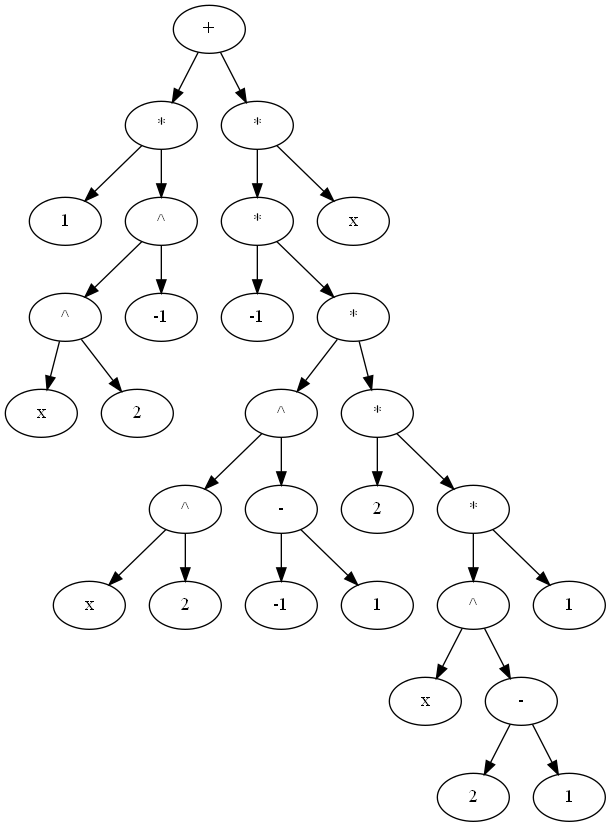
Earlier version of the Graphviz export differ/dif.png (matmuher/flip-flop). Its source is kept beside it as differ/dif.dot. The source it was exported from:
```dot
digraph G {
A00AC3310 [label = "+"];
A00AC3310 -> A00AC3338;
A00AC3310 -> A00AC04B0;
A00AC3338 [label = "*"];
A00AC3338 -> A00AC3360;
A00AC3338 -> A00AC3388;
A00AC3360 [label = "1"];
A00AC3388 [label = "^"];
A00AC3388 -> A00AC33B0;
A00AC3388 -> A00AC3428;
A00AC33B0 [label = "^"];
A00AC33B0 -> A00AC33D8;
A00AC33B0 -> A00AC3400;
A00AC33D8 [label = "x"];
A00AC3400 [label = "2"];
A00AC3428 [label = "-1"];
A00AC04B0 [label = "*"];
A00AC04B0 -> A00AC64C8;
A00AC04B0 -> A00AC6498;
A00AC64C8 [label = "*"];
A00AC64C8 -> A00AC6528;
A00AC64C8 -> A00AC64E0;
A00AC6528 [label = "-1"];
A00AC64E0 [label = "*"];
A00AC64E0 -> A00AC63C0;
A00AC64E0 -> A00AC64F8;
A00AC63C0 [label = "^"];
A00AC63C0 -> A00AC63D8;
A00AC63C0 -> A00AC6438;
A00AC63D8 [label = "^"];
A00AC63D8 -> A00AC6408;
A00AC63D8 -> A00AC6420;
A00AC6408 [label = "x"];
A00AC6420 [label = "2"];
A00AC6438 [label = "-"];
A00AC6438 -> A00AC6450;
A00AC6438 -> A00AC6468;
A00AC6450 [label = "-1"];
A00AC6468 [label = "1"];
A00AC64F8 [label = "*"];
A00AC64F8 -> A00AC6510;
A00AC64F8 -> A00AC6540;
A00AC6510 [label = "2"];
A00AC6540 [label = "*"];
A00AC6540 -> A00AC63F0;
A00AC6540 -> A00AC6480;
A00AC63F0 [label = "^"];
A00AC63F0 -> A00AC6558;
A00AC63F0 -> A00AC6570;
A00AC6558 [label = "x"];
A00AC6570 [label = "-"];
A00AC6570 -> A00AC64B0;
A00AC6570 -> A00AC63A8;
A00AC64B0 [label = "2"];
A00AC63A8 [label = "1"];
A00AC6480 [label = "1"];
A00AC6498 [label = "x"];
}
```
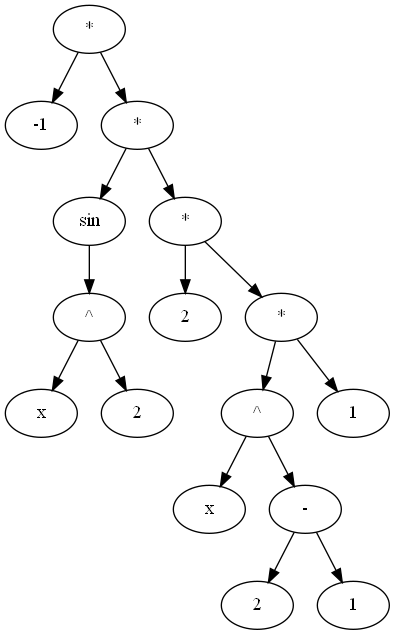
After the change.

What changed in the source:
```diff
@@ -1,59 +1,33 @@
 digraph G {
-A00AC3310 [label = "+"];
-A00AC3310 -> A00AC3338;
-A00AC3310 -> A00AC04B0;
-A00AC3338 [label = "*"];
-A00AC3338 -> A00AC3360;
-A00AC3338 -> A00AC3388;
-A00AC3360 [label = "1"];
-A00AC3388 [label = "^"];
-A00AC3388 -> A00AC33B0;
-A00AC3388 -> A00AC3428;
-A00AC33B0 [label = "^"];
-A00AC33B0 -> A00AC33D8;
-A00AC33B0 -> A00AC3400;
-A00AC33D8 [label = "x"];
-A00AC3400 [label = "2"];
-A00AC3428 [label = "-1"];
-A00AC04B0 [label = "*"];
-A00AC04B0 -> A00AC64C8;
-A00AC04B0 -> A00AC6498;
-A00AC64C8 [label = "*"];
-A00AC64C8 -> A00AC6528;
-A00AC64C8 -> A00AC64E0;
-A00AC6528 [label = "-1"];
-A00AC64E0 [label = "*"];
-A00AC64E0 -> A00AC63C0;
-A00AC64E0 -> A00AC64F8;
-A00AC63C0 [label = "^"];
-A00AC63C0 -> A00AC63D8;
-A00AC63C0 -> A00AC6438;
-A00AC63D8 [label = "^"];
-A00AC63D8 -> A00AC6408;
-A00AC63D8 -> A00AC6420;
-A00AC6408 [label = "x"];
-A00AC6420 [label = "2"];
-A00AC6438 [label = "-"];
-A00AC6438 -> A00AC6450;
-A00AC6438 -> A00AC6468;
-A00AC6450 [label = "-1"];
-A00AC6468 [label = "1"];
-A00AC64F8 [label = "*"];
-A00AC64F8 -> A00AC6510;
-A00AC64F8 -> A00AC6540;
-A00AC6510 [label = "2"];
-A00AC6540 [label = "*"];
-A00AC6540 -> A00AC63F0;
-A00AC6540 -> A00AC6480;
-A00AC63F0 [label = "^"];
-A00AC63F0 -> A00AC6558;
-A00AC63F0 -> A00AC6570;
-A00AC6558 [label = "x"];
-A00AC6570 [label = "-"];
-A00AC6570 -> A00AC64B0;
-A00AC6570 -> A00AC63A8;
-A00AC64B0 [label = "2"];
-A00AC63A8 [label = "1"];
-A00AC6480 [label = "1"];
-A00AC6498 [label = "x"];
+A00C03288 [label = "*"];
+A00C03288 -> A00C032B0;
+A00C03288 -> A00C032D8;
+A00C032B0 [label = "-1"];
+A00C032D8 [label = "*"];
+A00C032D8 -> A00C03300;
+A00C032D8 -> A00C033A0;
+A00C03300 [label = "sin"];
+A00C03300 -> A00C03328;
+A00C03328 [label = "^"];
+A00C03328 -> A00C03350;
+A00C03328 -> A00C03378;
+A00C03350 [label = "x"];
+A00C03378 [label = "2"];
+A00C033A0 [label = "*"];
+A00C033A0 -> A00C033C8;
+A00C033A0 -> A00C033F0;
+A00C033C8 [label = "2"];
+A00C033F0 [label = "*"];
+A00C033F0 -> A00C03440;
+A00C033F0 -> A00C03418;
+A00C03440 [label = "^"];
+A00C03440 -> A00C004C0;
+A00C03440 -> A00C06B20;
+A00C004C0 [label = "x"];
+A00C06B20 [label = "-"];
+A00C06B20 -> A00C06AA8;
+A00C06B20 -> A00C06A30;
+A00C06AA8 [label = "2"];
+A00C06A30 [label = "1"];
+A00C03418 [label = "1"];
 }
```
